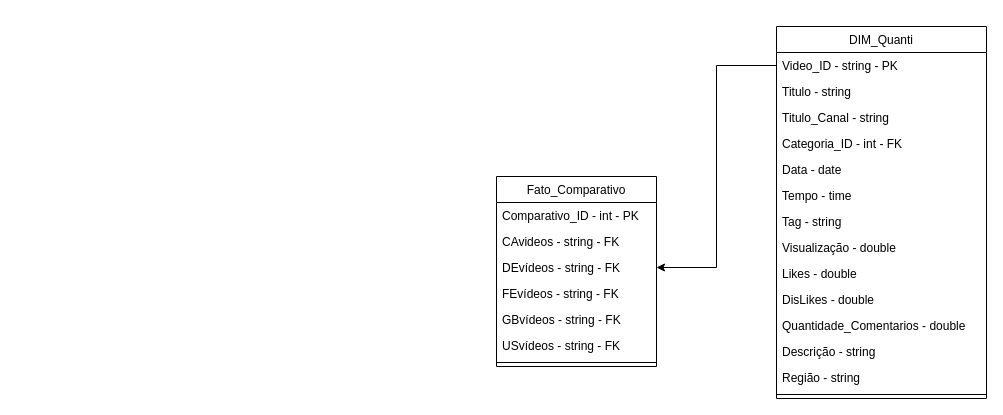
This is unidade03/Diagrama_Projeto03unidade_EngenhariadeDados.drawio from HugoGomes35/Topicos-Especiais-em-BD, a draw.io file, before an edit. Source tidied: cells renumbered, new cells numbered last; positions are measured from the earlier drawing's top-left corner, leaving out a move shared by most shapes. Both pictures are drawn from the tidied source at 100%, with x=0, y=0 at pixel (496, 26).
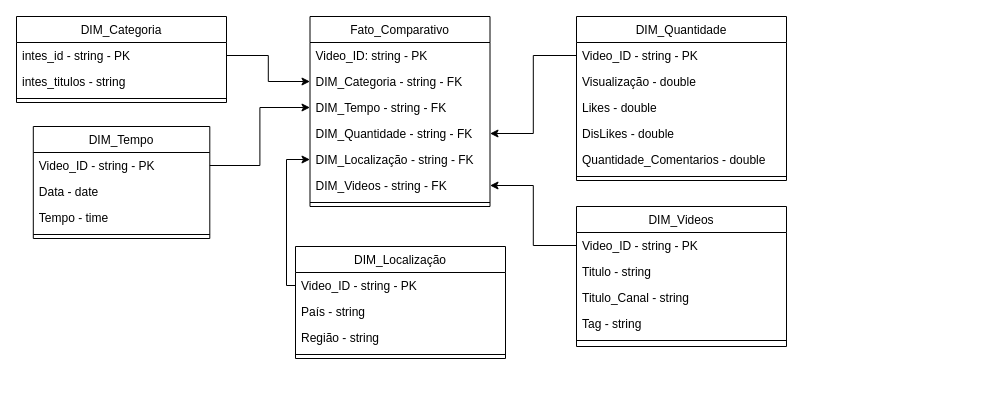
After the change.

The change refers to these unchanged cells:
```xml
<mxCell id="11" value="Video_ID - string - PK" style="text;align=left;verticalAlign=top;spacingLeft=4;spacingRight=4;overflow=hidden;points=[[0,0.5],[1,0.5]];portConstraint=eastwest;" parent="10" vertex="1">
  <mxGeometry y="26" width="210" height="26" as="geometry" />
</mxCell>
```

The edit, as a diff of the source:
```diff
@@
     <mxCell id="2" value="Fato_Comparativo&#10;" style="swimlane;fontStyle=0;align=center;verticalAlign=top;horizontal=1;startSize=26;rounded=0;shadow=0;strokeWidth=1;" parent="1" vertex="1">
-      <mxGeometry y="150" width="160" height="190" as="geometry" />
+      <mxGeometry x="-186.5" y="-10" width="180" height="190" as="geometry" />
     </mxCell>
-    <mxCell id="3" value="Comparativo_ID - int - PK" style="text;align=left;verticalAlign=top;spacingLeft=4;spacingRight=4;overflow=hidden;" parent="2" vertex="1">
-      <mxGeometry y="26" width="160" height="26" as="geometry" />
+    <mxCell id="3" value="Video_ID: string - PK" style="text;align=left;verticalAlign=top;spacingLeft=4;spacingRight=4;overflow=hidden;" parent="2" vertex="1">
+      <mxGeometry y="26" width="180" height="26" as="geometry" />
     </mxCell>
-    <mxCell id="4" value="CAvideos - string - FK" style="text;align=left;verticalAlign=top;spacingLeft=4;spacingRight=4;overflow=hidden;points=[[0,0.5],[1,0.5]];portConstraint=eastwest;rounded=0;shadow=0;html=0;" parent="2" vertex="1">
-      <mxGeometry y="52" width="160" height="26" as="geometry" />
+    <mxCell id="4" value="DIM_Categoria - string - FK" style="text;align=left;verticalAlign=top;spacingLeft=4;spacingRight=4;overflow=hidden;points=[[0,0.5],[1,0.5]];portConstraint=eastwest;rounded=0;shadow=0;html=0;" parent="2" vertex="1">
+      <mxGeometry y="52" width="180" height="26" as="geometry" />
     </mxCell>
-    <mxCell id="5" value="DEvídeos - string - FK" style="text;align=left;verticalAlign=top;spacingLeft=4;spacingRight=4;overflow=hidden;points=[[0,0.5],[1,0.5]];portConstraint=eastwest;rounded=0;shadow=0;html=0;" parent="2" vertex="1">
-      <mxGeometry y="78" width="160" height="26" as="geometry" />
+    <mxCell id="5" value="DIM_Tempo - string - FK" style="text;align=left;verticalAlign=top;spacingLeft=4;spacingRight=4;overflow=hidden;points=[[0,0.5],[1,0.5]];portConstraint=eastwest;rounded=0;shadow=0;html=0;" parent="2" vertex="1">
+      <mxGeometry y="78" width="180" height="26" as="geometry" />
     </mxCell>
-    <mxCell id="6" value="FEvídeos - string - FK" style="text;align=left;verticalAlign=top;spacingLeft=4;spacingRight=4;overflow=hidden;points=[[0,0.5],[1,0.5]];portConstraint=eastwest;rounded=0;shadow=0;html=0;" parent="2" vertex="1">
-      <mxGeometry y="104" width="160" height="26" as="geometry" />
+    <mxCell id="6" value="DIM_Quantidade - string - FK" style="text;align=left;verticalAlign=top;spacingLeft=4;spacingRight=4;overflow=hidden;points=[[0,0.5],[1,0.5]];portConstraint=eastwest;rounded=0;shadow=0;html=0;" parent="2" vertex="1">
+      <mxGeometry y="104" width="180" height="26" as="geometry" />
     </mxCell>
-    <mxCell id="7" value="GBvídeos - string - FK" style="text;align=left;verticalAlign=top;spacingLeft=4;spacingRight=4;overflow=hidden;points=[[0,0.5],[1,0.5]];portConstraint=eastwest;rounded=0;shadow=0;html=0;" parent="2" vertex="1">
-      <mxGeometry y="130" width="160" height="26" as="geometry" />
+    <mxCell id="7" value="DIM_Localização - string - FK" style="text;align=left;verticalAlign=top;spacingLeft=4;spacingRight=4;overflow=hidden;points=[[0,0.5],[1,0.5]];portConstraint=eastwest;rounded=0;shadow=0;html=0;" parent="2" vertex="1">
+      <mxGeometry y="130" width="180" height="26" as="geometry" />
     </mxCell>
-    <mxCell id="8" value="USvídeos - string - FK" style="text;align=left;verticalAlign=top;spacingLeft=4;spacingRight=4;overflow=hidden;points=[[0,0.5],[1,0.5]];portConstraint=eastwest;rounded=0;shadow=0;html=0;" parent="2" vertex="1">
-      <mxGeometry y="156" width="160" height="26" as="geometry" />
+    <mxCell id="8" value="DIM_Videos - string - FK" style="text;align=left;verticalAlign=top;spacingLeft=4;spacingRight=4;overflow=hidden;points=[[0,0.5],[1,0.5]];portConstraint=eastwest;rounded=0;shadow=0;html=0;" parent="2" vertex="1">
+      <mxGeometry y="156" width="180" height="26" as="geometry" />
     </mxCell>
     <mxCell id="9" style="line;html=1;strokeWidth=1;align=left;verticalAlign=middle;spacingTop=-1;spacingLeft=3;spacingRight=3;labelPosition=right;" parent="2" vertex="1">
-      <mxGeometry y="182" width="160" height="8" as="geometry" />
+      <mxGeometry y="182" width="180" height="8" as="geometry" />
     </mxCell>
-    <mxCell id="10" value="DIM_Quanti" style="swimlane;fontStyle=0;align=center;verticalAlign=top;horizontal=1;startSize=26;rounded=0;shadow=0;strokeWidth=1;" parent="1" vertex="1">
-      <mxGeometry x="280" width="210" height="372" as="geometry" />
+    <mxCell id="10" value="DIM_Quantidade" style="swimlane;fontStyle=0;align=center;verticalAlign=top;horizontal=1;startSize=26;rounded=0;shadow=0;strokeWidth=1;" parent="1" vertex="1">
+      <mxGeometry x="80" y="-10" width="210" height="164" as="geometry" />
     </mxCell>
@@
-    <mxCell id="12" value="Titulo - string" style="text;align=left;verticalAlign=top;spacingLeft=4;spacingRight=4;overflow=hidden;" parent="10" vertex="1">
-      <mxGeometry y="52" width="210" height="26" as="geometry" />
-    </mxCell>
-    <mxCell id="13" value="Titulo_Canal - string" style="text;align=left;verticalAlign=top;spacingLeft=4;spacingRight=4;overflow=hidden;" parent="10" vertex="1">
-      <mxGeometry y="78" width="210" height="26" as="geometry" />
-    </mxCell>
-    <mxCell id="14" value="Categoria_ID - int - FK" style="text;align=left;verticalAlign=top;spacingLeft=4;spacingRight=4;overflow=hidden;" parent="10" vertex="1">
-      <mxGeometry y="104" width="210" height="26" as="geometry" />
-    </mxCell>
-    <mxCell id="15" value="Data - date" style="text;align=left;verticalAlign=top;spacingLeft=4;spacingRight=4;overflow=hidden;" parent="10" vertex="1">
-      <mxGeometry y="130" width="210" height="26" as="geometry" />
-    </mxCell>
-    <mxCell id="16" value="Tempo - time" style="text;align=left;verticalAlign=top;spacingLeft=4;spacingRight=4;overflow=hidden;" parent="10" vertex="1">
-      <mxGeometry y="156" width="210" height="26" as="geometry" />
-    </mxCell>
-    <mxCell id="17" value="Tag - string" style="text;align=left;verticalAlign=top;spacingLeft=4;spacingRight=4;overflow=hidden;" parent="10" vertex="1">
-      <mxGeometry y="182" width="210" height="26" as="geometry" />
-    </mxCell>
     <mxCell id="18" value="Visualização - double" style="text;align=left;verticalAlign=top;spacingLeft=4;spacingRight=4;overflow=hidden;" parent="10" vertex="1">
-      <mxGeometry y="208" width="210" height="26" as="geometry" />
+      <mxGeometry y="52" width="210" height="26" as="geometry" />
     </mxCell>
     <mxCell id="19" value="Likes - double" style="text;align=left;verticalAlign=top;spacingLeft=4;spacingRight=4;overflow=hidden;" parent="10" vertex="1">
-      <mxGeometry y="234" width="210" height="26" as="geometry" />
+      <mxGeometry y="78" width="210" height="26" as="geometry" />
     </mxCell>
     <mxCell id="20" value="DisLikes - double" style="text;align=left;verticalAlign=top;spacingLeft=4;spacingRight=4;overflow=hidden;" parent="10" vertex="1">
-      <mxGeometry y="260" width="210" height="26" as="geometry" />
+      <mxGeometry y="104" width="210" height="26" as="geometry" />
     </mxCell>
     <mxCell id="21" value="Quantidade_Comentarios - double" style="text;align=left;verticalAlign=top;spacingLeft=4;spacingRight=4;overflow=hidden;" parent="10" vertex="1">
-      <mxGeometry y="286" width="210" height="26" as="geometry" />
+      <mxGeometry y="130" width="210" height="26" as="geometry" />
     </mxCell>
-    <mxCell id="22" value="Descrição - string&#10;" style="text;align=left;verticalAlign=top;spacingLeft=4;spacingRight=4;overflow=hidden;" parent="10" vertex="1">
-      <mxGeometry y="312" width="210" height="26" as="geometry" />
-    </mxCell>
+    <mxCell id="24" style="line;html=1;strokeWidth=1;align=left;verticalAlign=middle;spacingTop=-1;spacingLeft=3;spacingRight=3;labelPosition=right;" parent="10" vertex="1">
+      <mxGeometry y="156" width="210" height="8" as="geometry" />
+    </mxCell>
+    <mxCell id="26" value="DIM_Categoria" style="swimlane;fontStyle=0;align=center;verticalAlign=top;horizontal=1;startSize=26;rounded=0;shadow=0;strokeWidth=1;" parent="1" vertex="1">
+      <mxGeometry x="-480" y="-10" width="210" height="86" as="geometry" />
+    </mxCell>
+    <mxCell id="27" value="intes_id - string - PK" style="text;align=left;verticalAlign=top;spacingLeft=4;spacingRight=4;overflow=hidden;points=[[0,0.5],[1,0.5]];portConstraint=eastwest;" parent="26" vertex="1">
+      <mxGeometry y="26" width="210" height="26" as="geometry" />
+    </mxCell>
+    <mxCell id="28" value="intes_titulos - string" style="text;align=left;verticalAlign=top;spacingLeft=4;spacingRight=4;overflow=hidden;" parent="26" vertex="1">
+      <mxGeometry y="52" width="210" height="26" as="geometry" />
+    </mxCell>
+    <mxCell id="29" style="line;html=1;strokeWidth=1;align=left;verticalAlign=middle;spacingTop=-1;spacingLeft=3;spacingRight=3;labelPosition=right;" parent="26" vertex="1">
+      <mxGeometry y="78" width="210" height="8" as="geometry" />
+    </mxCell>
+    <mxCell id="30" value="DIM_Videos" style="swimlane;fontStyle=0;align=center;verticalAlign=top;horizontal=1;startSize=26;rounded=0;shadow=0;strokeWidth=1;" parent="1" vertex="1">
+      <mxGeometry x="80" y="180" width="210" height="140" as="geometry" />
+    </mxCell>
+    <mxCell id="31" value="Video_ID - string - PK" style="text;align=left;verticalAlign=top;spacingLeft=4;spacingRight=4;overflow=hidden;points=[[0,0.5],[1,0.5]];portConstraint=eastwest;" parent="30" vertex="1">
+      <mxGeometry y="26" width="210" height="26" as="geometry" />
+    </mxCell>
+    <mxCell id="12" value="Titulo - string" style="text;align=left;verticalAlign=top;spacingLeft=4;spacingRight=4;overflow=hidden;" parent="30" vertex="1">
+      <mxGeometry y="52" width="210" height="26" as="geometry" />
+    </mxCell>
+    <mxCell id="13" value="Titulo_Canal - string" style="text;align=left;verticalAlign=top;spacingLeft=4;spacingRight=4;overflow=hidden;" parent="30" vertex="1">
+      <mxGeometry y="78" width="210" height="26" as="geometry" />
+    </mxCell>
+    <mxCell id="17" value="Tag - string" style="text;align=left;verticalAlign=top;spacingLeft=4;spacingRight=4;overflow=hidden;" parent="30" vertex="1">
+      <mxGeometry y="104" width="210" height="26" as="geometry" />
+    </mxCell>
+    <mxCell id="32" style="line;html=1;strokeWidth=1;align=left;verticalAlign=middle;spacingTop=-1;spacingLeft=3;spacingRight=3;labelPosition=right;" parent="30" vertex="1">
+      <mxGeometry y="130" width="210" height="8" as="geometry" />
+    </mxCell>
+    <mxCell id="33" value="DIM_Tempo" style="swimlane;fontStyle=0;align=center;verticalAlign=top;horizontal=1;startSize=26;rounded=0;shadow=0;strokeWidth=1;" parent="1" vertex="1">
+      <mxGeometry x="-463.2" y="100" width="176.5" height="112" as="geometry" />
+    </mxCell>
+    <mxCell id="34" value="Video_ID - string - PK" style="text;align=left;verticalAlign=top;spacingLeft=4;spacingRight=4;overflow=hidden;points=[[0,0.5],[1,0.5]];portConstraint=eastwest;" parent="33" vertex="1">
+      <mxGeometry y="26" width="176.5" height="26" as="geometry" />
+    </mxCell>
+    <mxCell id="15" value="Data - date" style="text;align=left;verticalAlign=top;spacingLeft=4;spacingRight=4;overflow=hidden;" parent="33" vertex="1">
+      <mxGeometry y="52" width="176.5" height="26" as="geometry" />
+    </mxCell>
+    <mxCell id="16" value="Tempo - time" style="text;align=left;verticalAlign=top;spacingLeft=4;spacingRight=4;overflow=hidden;" parent="33" vertex="1">
+      <mxGeometry y="78" width="176.5" height="26" as="geometry" />
+    </mxCell>
+    <mxCell id="35" style="line;html=1;strokeWidth=1;align=left;verticalAlign=middle;spacingTop=-1;spacingLeft=3;spacingRight=3;labelPosition=right;" parent="33" vertex="1">
+      <mxGeometry y="104" width="176.5" height="8" as="geometry" />
+    </mxCell>
+    <mxCell id="36" value="DIM_Localização" style="swimlane;fontStyle=0;align=center;verticalAlign=top;horizontal=1;startSize=26;rounded=0;shadow=0;strokeWidth=1;" parent="1" vertex="1">
+      <mxGeometry x="-201" y="220" width="210" height="112" as="geometry" />
+    </mxCell>
+    <mxCell id="37" value="Video_ID - string - PK" style="text;align=left;verticalAlign=top;spacingLeft=4;spacingRight=4;overflow=hidden;points=[[0,0.5],[1,0.5]];portConstraint=eastwest;" parent="36" vertex="1">
+      <mxGeometry y="26" width="210" height="26" as="geometry" />
+    </mxCell>
+    <mxCell id="38" value="País - string&#10;" style="text;align=left;verticalAlign=top;spacingLeft=4;spacingRight=4;overflow=hidden;" parent="36" vertex="1">
+      <mxGeometry y="52" width="210" height="26" as="geometry" />
+    </mxCell>
-    <mxCell id="23" value="Região - string&#10;" style="text;align=left;verticalAlign=top;spacingLeft=4;spacingRight=4;overflow=hidden;" parent="10" vertex="1">
-      <mxGeometry y="338" width="210" height="26" as="geometry" />
+    <mxCell id="23" value="Região - string&#10;" style="text;align=left;verticalAlign=top;spacingLeft=4;spacingRight=4;overflow=hidden;" parent="36" vertex="1">
+      <mxGeometry y="78" width="210" height="26" as="geometry" />
     </mxCell>
-    <mxCell id="24" style="line;html=1;strokeWidth=1;align=left;verticalAlign=middle;spacingTop=-1;spacingLeft=3;spacingRight=3;labelPosition=right;" parent="10" vertex="1">
-      <mxGeometry y="364" width="210" height="8" as="geometry" />
-    </mxCell>
-    <mxCell id="25" style="edgeStyle=orthogonalEdgeStyle;rounded=0;jettySize=auto;html=1;" parent="1" edge="1" source="11" target="5">
-      <mxGeometry relative="1" as="geometry" />
-    </mxCell>
+    <mxCell id="39" style="line;html=1;strokeWidth=1;align=left;verticalAlign=middle;spacingTop=-1;spacingLeft=3;spacingRight=3;labelPosition=right;" parent="36" vertex="1">
+      <mxGeometry y="104" width="210" height="8" as="geometry" />
+    </mxCell>
+    <mxCell id="40" style="edgeStyle=orthogonalEdgeStyle;rounded=0;jettySize=auto;html=1;" parent="1" edge="1" source="11" target="6">
+      <mxGeometry relative="1" as="geometry" />
+    </mxCell>
+    <mxCell id="41" style="edgeStyle=orthogonalEdgeStyle;rounded=0;jettySize=auto;html=1;" parent="1" edge="1" source="31" target="8">
+      <mxGeometry relative="1" as="geometry" />
+    </mxCell>
+    <mxCell id="42" style="edgeStyle=orthogonalEdgeStyle;rounded=0;jettySize=auto;html=1;" parent="1" edge="1" source="27" target="4">
+      <mxGeometry relative="1" as="geometry" />
+    </mxCell>
+    <mxCell id="43" style="edgeStyle=orthogonalEdgeStyle;rounded=0;jettySize=auto;html=1;entryX=0;entryY=0.5;entryDx=0;entryDy=0;" parent="1" edge="1" source="37" target="7">
+      <mxGeometry relative="1" as="geometry">
+        <Array as="points">
+          <mxPoint x="-210" y="259" />
+          <mxPoint x="-210" y="133" />
+        </Array>
+      </mxGeometry>
+    </mxCell>
+    <mxCell id="44" style="edgeStyle=orthogonalEdgeStyle;rounded=0;jettySize=auto;html=1;entryX=0;entryY=0.5;entryDx=0;entryDy=0;" parent="1" edge="1" source="34" target="5">
+      <mxGeometry relative="1" as="geometry" />
+    </mxCell>
```
